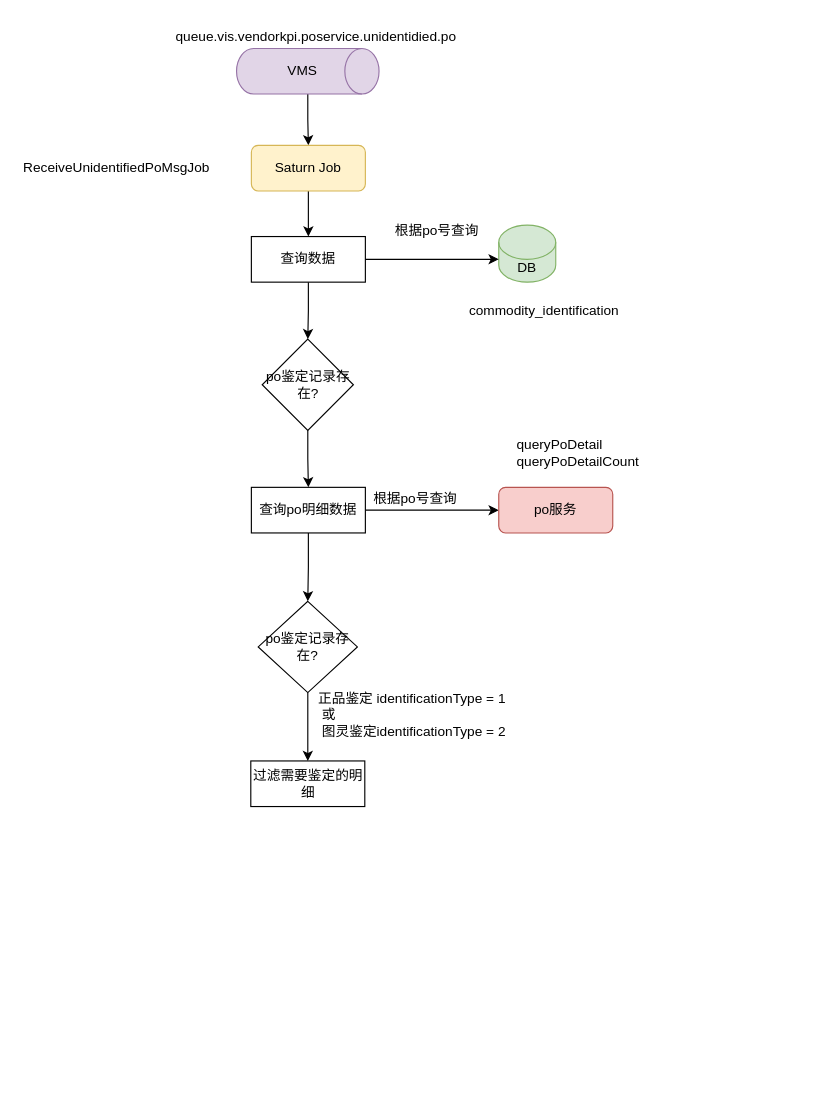
Before: page "第 14 页" (14 of 14) of 创建指令计划.drawio in vvhard/draw_io, a draw.io diagram. Source tidied: cells renumbered, new cells numbered last; positions are measured from the earlier drawing's top-left corner, leaving out a move shared by most shapes. Both pictures are drawn from the tidied source at 114%, with x=0, y=0 at pixel (19, -1).
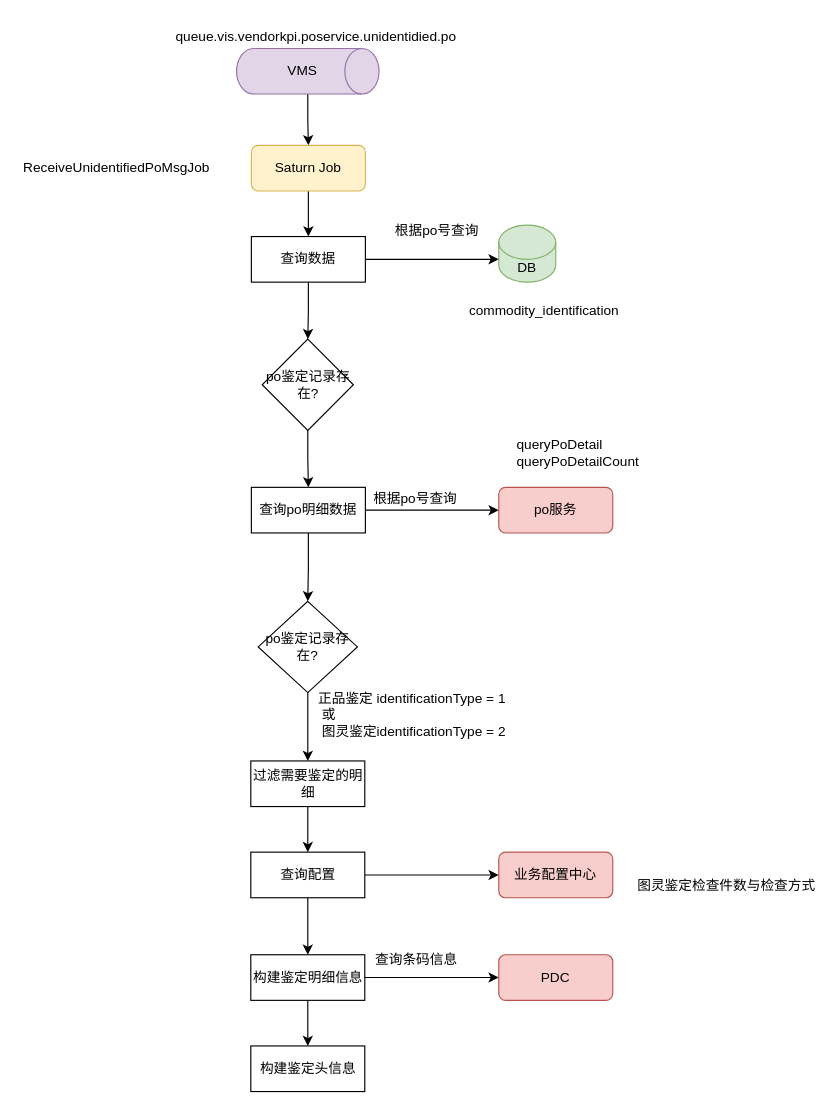
The same page after the edit.

The change refers to these unchanged cells:
```xml
<mxCell id="26" value="过滤需要鉴定的明细" style="rounded=0;whiteSpace=wrap;html=1;" parent="1" vertex="1">
  <mxGeometry x="202.5" y="668" width="100" height="40" as="geometry" />
</mxCell>
```

Diff of the diagram source:
```diff
@@
+    <mxCell id="28" style="edgeStyle=orthogonalEdgeStyle;rounded=0;jettySize=auto;html=1;" parent="1" edge="1" source="26" target="31">
+      <mxGeometry relative="1" as="geometry" />
+    </mxCell>
@@
+    <mxCell id="29" style="edgeStyle=orthogonalEdgeStyle;rounded=0;jettySize=auto;html=1;" parent="1" edge="1" source="31" target="32">
+      <mxGeometry relative="1" as="geometry" />
+    </mxCell>
+    <mxCell id="30" style="edgeStyle=orthogonalEdgeStyle;rounded=0;jettySize=auto;html=1;entryX=0.5;entryY=0;entryDx=0;entryDy=0;" parent="1" edge="1" source="31" target="36">
+      <mxGeometry relative="1" as="geometry" />
+    </mxCell>
+    <mxCell id="31" value="查询配置" style="rounded=0;whiteSpace=wrap;html=1;" parent="1" vertex="1">
+      <mxGeometry x="202.5" y="748" width="100" height="40" as="geometry" />
+    </mxCell>
+    <mxCell id="32" value="业务配置中心" style="rounded=1;whiteSpace=wrap;html=1;fillColor=#f8cecc;strokeColor=#b85450;" parent="1" vertex="1">
+      <mxGeometry x="420" y="748" width="100" height="40" as="geometry" />
+    </mxCell>
+    <mxCell id="33" value="&lt;pre style=&quot;forced-color-adjust: none; color: rgb(0, 0, 0); font-size: 9pt; font-style: normal; font-variant-ligatures: normal; font-variant-caps: normal; font-weight: 400; letter-spacing: normal; orphans: 2; text-align: left; text-indent: 0px; text-transform: none; widows: 2; word-spacing: 0px; -webkit-text-stroke-width: 0px; text-decoration-thickness: initial; text-decoration-style: initial; text-decoration-color: initial;&quot;&gt;&lt;font face=&quot;Helvetica&quot;&gt;查询条码信息&lt;/font&gt;&lt;/pre&gt;" style="text;html=1;align=left;verticalAlign=middle;whiteSpace=wrap;rounded=0;" parent="1" vertex="1">
+      <mxGeometry x="310" y="828" width="80" height="30" as="geometry" />
+    </mxCell>
+    <mxCell id="34" style="edgeStyle=orthogonalEdgeStyle;rounded=0;jettySize=auto;html=1;" parent="1" edge="1" source="36" target="37">
+      <mxGeometry relative="1" as="geometry" />
+    </mxCell>
+    <mxCell id="35" style="edgeStyle=orthogonalEdgeStyle;rounded=0;jettySize=auto;html=1;entryX=0;entryY=0.5;entryDx=0;entryDy=0;" parent="1" edge="1" source="36" target="38">
+      <mxGeometry relative="1" as="geometry" />
+    </mxCell>
+    <mxCell id="36" value="构建鉴定明细信息" style="rounded=0;whiteSpace=wrap;html=1;" parent="1" vertex="1">
+      <mxGeometry x="202.5" y="838" width="100" height="40" as="geometry" />
+    </mxCell>
+    <mxCell id="37" value="构建鉴定头信息" style="rounded=0;whiteSpace=wrap;html=1;" parent="1" vertex="1">
+      <mxGeometry x="202.5" y="918" width="100" height="40" as="geometry" />
+    </mxCell>
+    <mxCell id="38" value="PDC" style="rounded=1;whiteSpace=wrap;html=1;fillColor=#f8cecc;strokeColor=#b85450;" parent="1" vertex="1">
+      <mxGeometry x="420" y="838" width="100" height="40" as="geometry" />
+    </mxCell>
+    <mxCell id="39" value="&lt;pre style=&quot;forced-color-adjust: none; color: rgb(0, 0, 0); font-size: 9pt; font-style: normal; font-variant-ligatures: normal; font-variant-caps: normal; font-weight: 400; letter-spacing: normal; orphans: 2; text-align: left; text-indent: 0px; text-transform: none; widows: 2; word-spacing: 0px; -webkit-text-stroke-width: 0px; text-decoration-thickness: initial; text-decoration-style: initial; text-decoration-color: initial;&quot;&gt;&lt;font style=&quot;forced-color-adjust: none;&quot; face=&quot;Helvetica&quot;&gt;图灵鉴定检查件数&lt;/font&gt;与检查方式&lt;/pre&gt;" style="text;html=1;align=left;verticalAlign=middle;whiteSpace=wrap;rounded=0;" parent="1" vertex="1">
+      <mxGeometry x="540" y="763" width="160" height="30" as="geometry" />
+    </mxCell>
```
